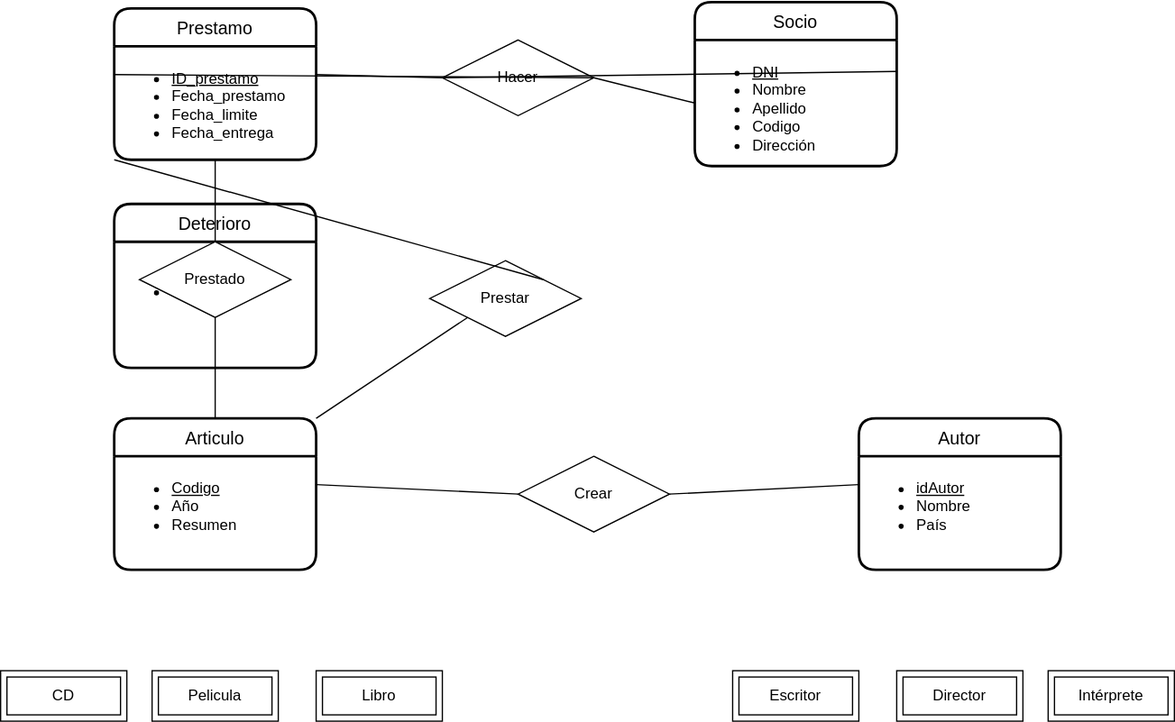
Before: UD12-6.svg, a diagram exported from draw.io (Jimxx22/C3-UD11-UML). Source tidied: cells renumbered, new cells last; positions are measured from the earlier drawing's top-left corner, leaving out a move shared by most shapes.
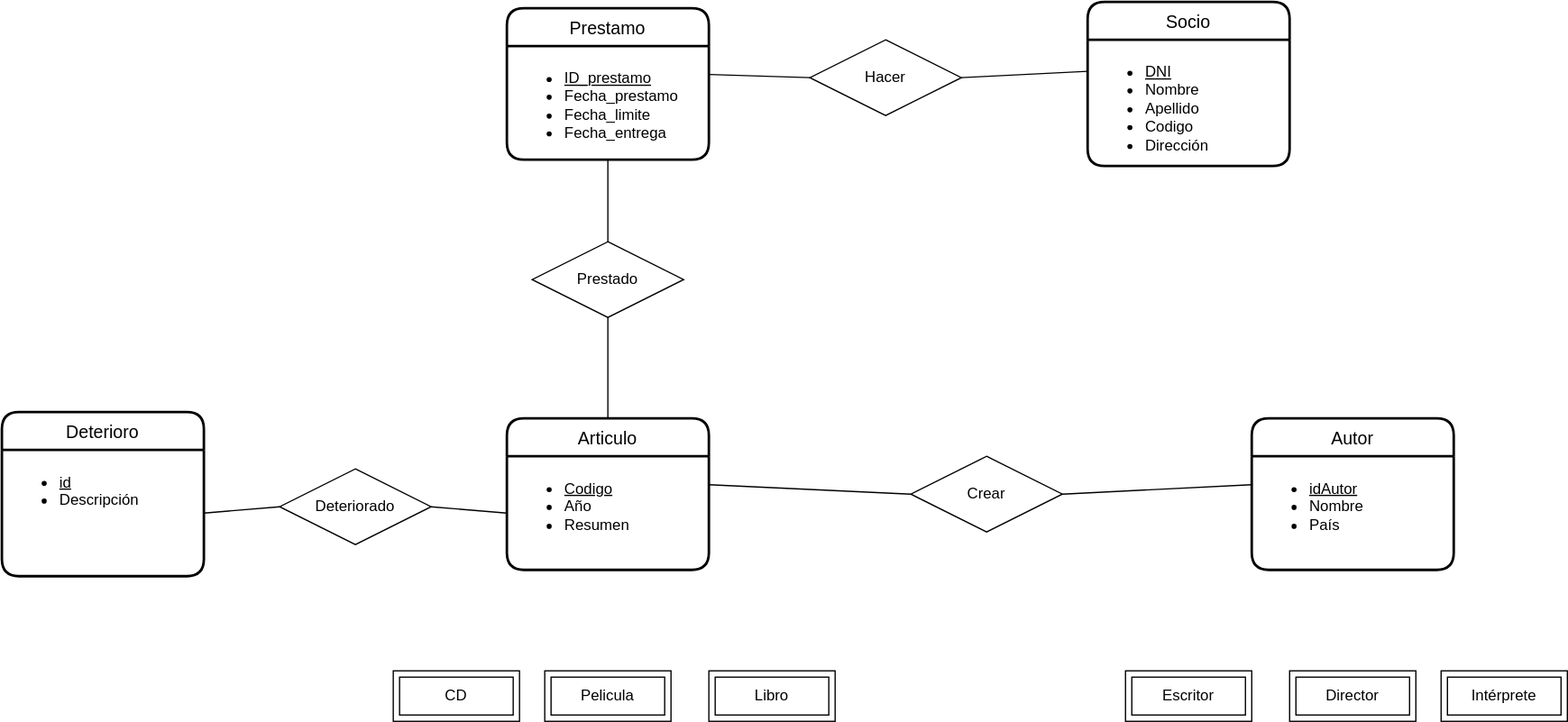
The same file after the commit.

The edit, as a diff of the source:
```diff
@@ -45,10 +45,10 @@
       <mxGeometry y="30" width="160" height="90" as="geometry" />
     </mxCell>
     <mxCell id="16" value="Hacer" style="shape=rhombus;perimeter=rhombusPerimeter;whiteSpace=wrap;html=1;align=center;" parent="1" vertex="1">
-      <mxGeometry x="350" y="30" width="120" height="60" as="geometry" />
+      <mxGeometry x="330" y="30" width="120" height="60" as="geometry" />
     </mxCell>
     <mxCell id="17" value="Deterioro" style="swimlane;horizontal=1;startSize=30;rounded=1;fontSize=14;fontStyle=0;strokeWidth=2;shadow=0;dashed=0;align=center;html=0;" parent="1" vertex="1">
-      <mxGeometry x="90" y="160" width="160" height="130" as="geometry" />
+      <mxGeometry x="-310" y="325" width="160" height="130" as="geometry" />
     </mxCell>
     <mxCell id="18" value="&lt;ul&gt;&lt;li&gt;&lt;u&gt;id&lt;/u&gt;&lt;/li&gt;&lt;li&gt;Descripción&lt;/li&gt;&lt;/ul&gt;" style="align=left;strokeColor=none;fillColor=none;spacingLeft=4;fontSize=12;verticalAlign=top;html=1;" parent="17" vertex="1">
       <mxGeometry y="30" width="160" height="100" as="geometry" />
@@ -56,30 +56,12 @@
     <mxCell id="19" value="Crear" style="shape=rhombus;perimeter=rhombusPerimeter;whiteSpace=wrap;html=1;align=center;" parent="1" vertex="1">
       <mxGeometry x="410" y="360" width="120" height="60" as="geometry" />
     </mxCell>
-    <mxCell id="20" value="Prestar" style="shape=rhombus;perimeter=rhombusPerimeter;whiteSpace=wrap;html=1;align=center;" parent="1" vertex="1">
-      <mxGeometry x="340" y="205" width="120" height="60" as="geometry" />
-    </mxCell>
-    <mxCell id="21" style="endArrow=none;html=1;rounded=0;exitX=0;exitY=1;exitDx=0;exitDy=0;entryX=1;entryY=0;entryDx=0;entryDy=0;" parent="1" edge="1" source="20" target="4">
-      <mxGeometry relative="1" as="geometry" />
-    </mxCell>
-    <mxCell id="22" style="endArrow=none;html=1;rounded=0;exitX=1;exitY=0;exitDx=0;exitDy=0;entryX=0;entryY=1;entryDx=0;entryDy=0;" parent="1" edge="1" source="20" target="7">
-      <mxGeometry relative="1" as="geometry" />
-    </mxCell>
     <mxCell id="23" value="Prestado" style="shape=rhombus;perimeter=rhombusPerimeter;whiteSpace=wrap;html=1;align=center;rounded=0;glass=0;labelBorderColor=none;fillColor=default;" parent="1" vertex="1">
       <mxGeometry x="110" y="190" width="120" height="60" as="geometry" />
     </mxCell>
-    <mxCell id="24" style="endArrow=none;html=1;rounded=0;exitX=1;exitY=0.25;exitDx=0;exitDy=0;entryX=0;entryY=0.5;entryDx=0;entryDy=0;" parent="1" edge="1" source="3" target="16">
-      <mxGeometry relative="1" as="geometry" />
-    </mxCell>
     <mxCell id="25" style="endArrow=none;html=1;rounded=0;entryX=0.5;entryY=0;entryDx=0;entryDy=0;exitX=0.5;exitY=1;exitDx=0;exitDy=0;" parent="1" edge="1" source="7" target="23">
       <mxGeometry relative="1" as="geometry" />
     </mxCell>
-    <mxCell id="26" style="endArrow=none;html=1;rounded=0;exitX=1;exitY=0.5;exitDx=0;exitDy=0;entryX=0;entryY=0.25;entryDx=0;entryDy=0;" parent="1" edge="1" source="16" target="7">
-      <mxGeometry relative="1" as="geometry" />
-    </mxCell>
-    <mxCell id="27" style="endArrow=none;html=1;rounded=0;entryX=0;entryY=0.5;entryDx=0;entryDy=0;exitX=1;exitY=0.5;exitDx=0;exitDy=0;" parent="1" edge="1" source="16" target="3">
-      <mxGeometry relative="1" as="geometry" />
-    </mxCell>
     <mxCell id="28" style="endArrow=none;html=1;rounded=0;exitX=1;exitY=0.25;exitDx=0;exitDy=0;entryX=0;entryY=0.5;entryDx=0;entryDy=0;" parent="1" edge="1" source="5" target="19">
       <mxGeometry relative="1" as="geometry" />
     </mxCell>
@@ -92,5 +74,17 @@
     <mxCell id="31" style="endArrow=none;html=1;rounded=0;entryX=0.5;entryY=0;entryDx=0;entryDy=0;exitX=0.5;exitY=1;exitDx=0;exitDy=0;" parent="1" edge="1" source="23" target="4">
       <mxGeometry relative="1" as="geometry" />
     </mxCell>
+    <mxCell id="27" style="endArrow=none;html=1;rounded=0;entryX=0;entryY=0.25;entryDx=0;entryDy=0;exitX=1;exitY=0.5;exitDx=0;exitDy=0;" parent="1" edge="1" source="16" target="3">
+      <mxGeometry relative="1" as="geometry" />
+    </mxCell>
+    <mxCell id="32" value="Deteriorado" style="shape=rhombus;perimeter=rhombusPerimeter;whiteSpace=wrap;html=1;align=center;rounded=0;glass=0;labelBorderColor=none;fillColor=default;" parent="1" vertex="1">
+      <mxGeometry x="-90" y="370" width="120" height="60" as="geometry" />
+    </mxCell>
+    <mxCell id="33" style="endArrow=none;html=1;rounded=0;exitX=1;exitY=0.5;exitDx=0;exitDy=0;entryX=0;entryY=0.5;entryDx=0;entryDy=0;" parent="1" edge="1" source="18" target="32">
+      <mxGeometry relative="1" as="geometry" />
+    </mxCell>
+    <mxCell id="34" style="endArrow=none;html=1;rounded=0;exitX=1;exitY=0.5;exitDx=0;exitDy=0;entryX=0;entryY=0.5;entryDx=0;entryDy=0;" parent="1" edge="1" source="32" target="5">
+      <mxGeometry relative="1" as="geometry" />
+    </mxCell>
   </root>
 </mxGraphModel>
```
